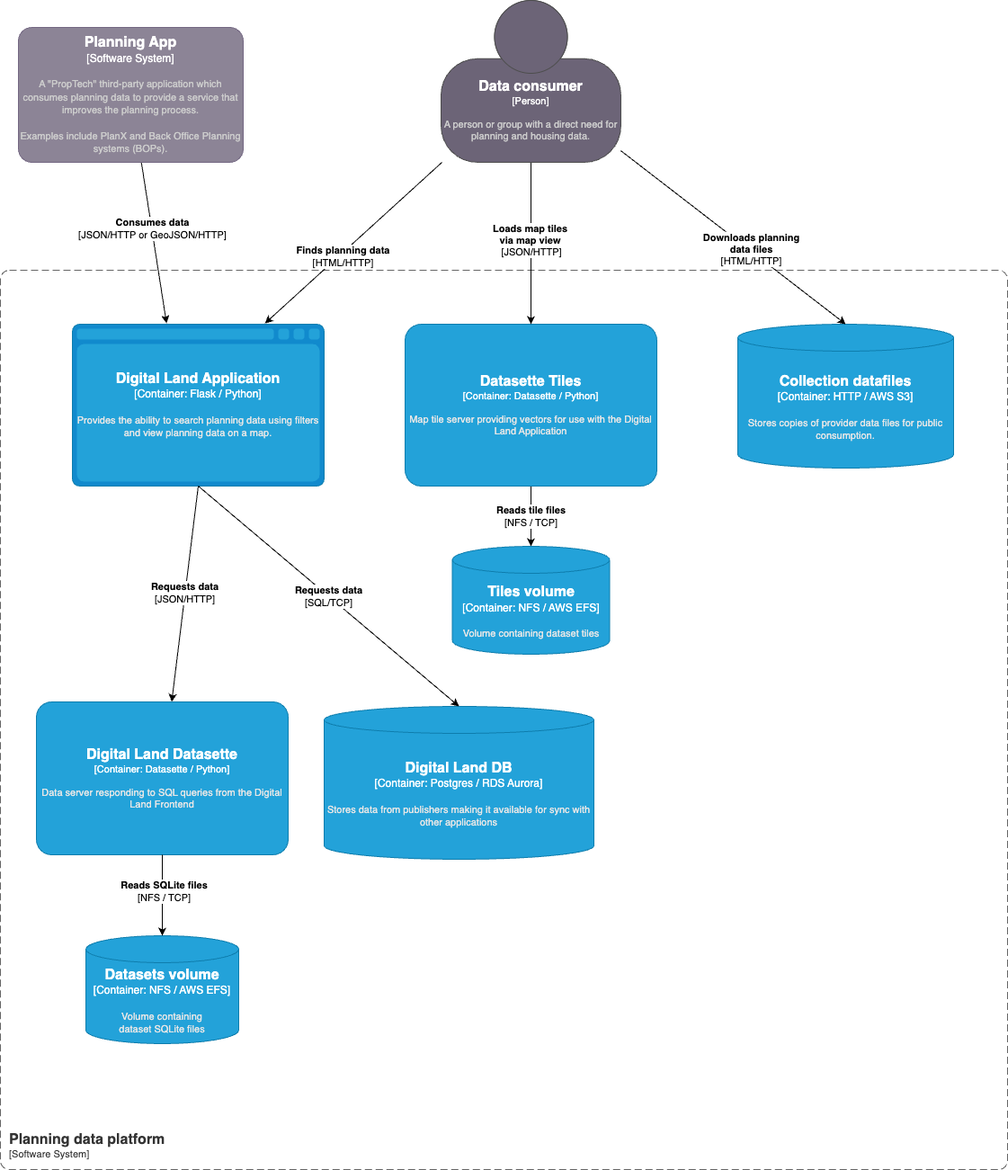
The draw.io diagram images/planning-data-platform/containers.drawio.png in digital-land/technical-documentation, before a commit. Source tidied: cells renumbered, new cells last; positions are measured from the earlier drawing's top-left corner, leaving out a move shared by most shapes.
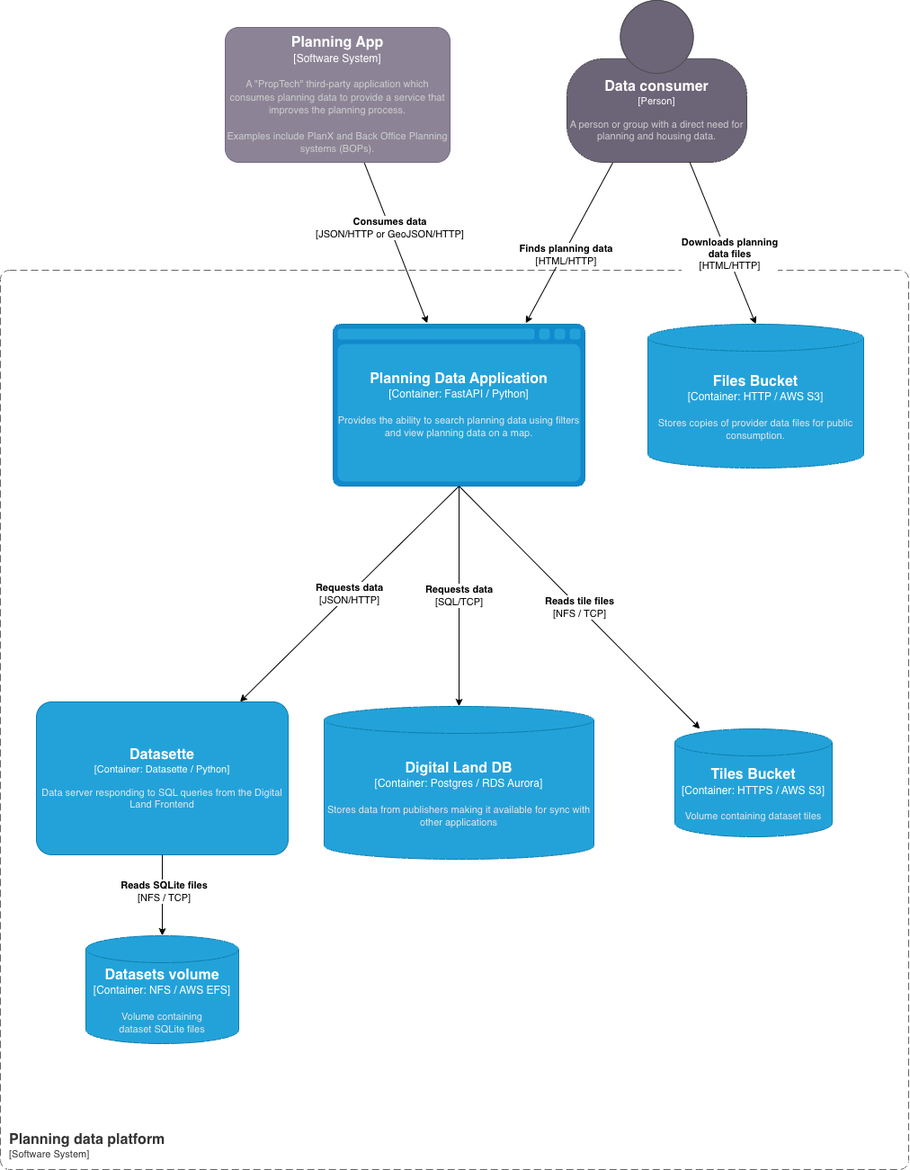
After the commit.

Commit message:
update platform system

Diff of the diagram source:
```diff
@@ -4,29 +4,18 @@
     <mxCell id="1" parent="0" />
     <object id="2" label="&lt;font style=&quot;font-size: 16px&quot;&gt;&lt;b&gt;&lt;div style=&quot;text-align: left&quot;&gt;%c4Name%&lt;/div&gt;&lt;/b&gt;&lt;/font&gt;&lt;div style=&quot;text-align: left&quot;&gt;[%c4Application%]&lt;/div&gt;" c4Application="Software System" c4Name="Planning data platform" c4Type="SystemScopeBoundary" placeholders="1">
       <mxCell style="rounded=1;fontSize=11;whiteSpace=wrap;html=1;dashed=1;arcSize=20;fillColor=none;strokeColor=#666666;fontColor=#333333;labelBackgroundColor=none;align=left;verticalAlign=bottom;labelBorderColor=none;spacingTop=0;spacing=10;dashPattern=8 4;perimeter=rectanglePerimeter;noLabel=0;labelPadding=0;absoluteArcSize=1;" parent="1" vertex="1">
-        <mxGeometry y="300" width="1120" height="1000" as="geometry" />
+        <mxGeometry y="300" width="1010" height="1000" as="geometry" />
       </mxCell>
     </object>
-    <mxCell id="3" value="&lt;b style=&quot;border-color: var(--border-color); color: rgb(0, 0, 0); font-family: Helvetica; font-size: 11px; font-style: normal; font-variant-ligatures: normal; font-variant-caps: normal; letter-spacing: normal; orphans: 2; text-align: center; text-indent: 0px; text-transform: none; widows: 2; word-spacing: 0px; -webkit-text-stroke-width: 0px; text-decoration-thickness: initial; text-decoration-style: initial; text-decoration-color: initial;&quot;&gt;Reads tile files&lt;/b&gt;&lt;br style=&quot;border-color: var(--border-color); color: rgb(0, 0, 0); font-family: Helvetica; font-size: 11px; font-style: normal; font-variant-ligatures: normal; font-variant-caps: normal; font-weight: 400; letter-spacing: normal; orphans: 2; text-align: center; text-indent: 0px; text-transform: none; widows: 2; word-spacing: 0px; -webkit-text-stroke-width: 0px; text-decoration-thickness: initial; text-decoration-style: initial; text-decoration-color: initial;&quot;&gt;&lt;span style=&quot;color: rgb(0, 0, 0); font-family: Helvetica; font-size: 11px; font-style: normal; font-variant-ligatures: normal; font-variant-caps: normal; font-weight: 400; letter-spacing: normal; orphans: 2; text-align: center; text-indent: 0px; text-transform: none; widows: 2; word-spacing: 0px; -webkit-text-stroke-width: 0px; background-color: rgb(255, 255, 255); text-decoration-thickness: initial; text-decoration-style: initial; text-decoration-color: initial; float: none; display: inline !important;&quot;&gt;[NFS / TCP]&lt;/span&gt;" style="rounded=0;jettySize=auto;html=1;" parent="1" edge="1" source="4" target="15">
+    <mxCell id="3" value="&lt;b style=&quot;border-color: var(--border-color); color: rgb(0, 0, 0); font-family: Helvetica; font-size: 11px; font-style: normal; font-variant-ligatures: normal; font-variant-caps: normal; letter-spacing: normal; orphans: 2; text-align: center; text-indent: 0px; text-transform: none; widows: 2; word-spacing: 0px; -webkit-text-stroke-width: 0px; text-decoration-thickness: initial; text-decoration-style: initial; text-decoration-color: initial;&quot;&gt;Reads tile files&lt;/b&gt;&lt;br style=&quot;border-color: var(--border-color); color: rgb(0, 0, 0); font-family: Helvetica; font-size: 11px; font-style: normal; font-variant-ligatures: normal; font-variant-caps: normal; font-weight: 400; letter-spacing: normal; orphans: 2; text-align: center; text-indent: 0px; text-transform: none; widows: 2; word-spacing: 0px; -webkit-text-stroke-width: 0px; text-decoration-thickness: initial; text-decoration-style: initial; text-decoration-color: initial;&quot;&gt;&lt;span style=&quot;color: rgb(0, 0, 0); font-family: Helvetica; font-size: 11px; font-style: normal; font-variant-ligatures: normal; font-variant-caps: normal; font-weight: 400; letter-spacing: normal; orphans: 2; text-align: center; text-indent: 0px; text-transform: none; widows: 2; word-spacing: 0px; -webkit-text-stroke-width: 0px; background-color: rgb(255, 255, 255); text-decoration-thickness: initial; text-decoration-style: initial; text-decoration-color: initial; float: none; display: inline !important;&quot;&gt;[NFS / TCP]&lt;/span&gt;" style="rounded=0;jettySize=auto;html=1;exitX=0.5;exitY=1;exitDx=0;exitDy=0;exitPerimeter=0;" parent="1" edge="1" source="8" target="15">
       <mxGeometry relative="1" as="geometry" />
     </mxCell>
-    <object id="4" label="&lt;font style=&quot;font-size: 16px&quot;&gt;&lt;b&gt;%c4Name%&lt;/b&gt;&lt;/font&gt;&lt;div&gt;[%c4Type%: %c4Technology%]&lt;/div&gt;&lt;br&gt;&lt;div&gt;&lt;font style=&quot;font-size: 11px&quot;&gt;&lt;font color=&quot;#E6E6E6&quot;&gt;%c4Description%&lt;/font&gt;&lt;/div&gt;" c4Description="Map tile server providing vectors for use with the Digital Land Application" c4Name="Datasette Tiles" c4Technology="Datasette / Python" c4Type="Container" placeholders="1">
-      <mxCell style="rounded=1;whiteSpace=wrap;html=1;fontSize=11;labelBackgroundColor=none;fillColor=#23A2D9;fontColor=#ffffff;align=center;arcSize=10;strokeColor=#0E7DAD;points=[[0.25,0,0],[0.5,0,0],[0.75,0,0],[1,0.25,0],[1,0.5,0],[1,0.75,0],[0.75,1,0],[0.5,1,0],[0.25,1,0],[0,0.75,0],[0,0.5,0],[0,0.25,0]];" parent="1" vertex="1">
-        <mxGeometry x="450" y="360" width="280" height="180" as="geometry" />
-      </mxCell>
-    </object>
-    <mxCell id="5" style="rounded=0;jettySize=auto;html=1;" parent="1" edge="1" source="11" target="4">
-      <mxGeometry relative="1" as="geometry" />
-    </mxCell>
-    <mxCell id="6" value="&lt;b&gt;Loads map tiles &lt;br&gt;via map view&lt;/b&gt;&lt;br&gt;&amp;nbsp;[JSON/HTTP]" style="edgeLabel;html=1;align=center;verticalAlign=middle;" parent="5" vertex="1">
-      <mxGeometry x="-0.04" y="-2" relative="1" as="geometry" />
-    </mxCell>
     <mxCell id="7" value="&lt;b&gt;Requests data&lt;/b&gt;&lt;br&gt;[JSON/HTTP]" style="rounded=0;jettySize=auto;html=1;exitX=0.5;exitY=1;exitDx=0;exitDy=0;exitPerimeter=0;" parent="1" edge="1" source="8" target="12">
       <mxGeometry relative="1" as="geometry" />
     </mxCell>
-    <object id="8" label="&lt;font style=&quot;font-size: 16px&quot;&gt;&lt;b&gt;%c4Type%&lt;/b&gt;&lt;/font&gt;&lt;div&gt;[%c4Container%:&amp;nbsp;%c4Technology%]&lt;/div&gt;&lt;br&gt;&lt;div&gt;&lt;font style=&quot;font-size: 11px&quot;&gt;&lt;font color=&quot;#E6E6E6&quot;&gt;%c4Description%&lt;/font&gt;&lt;/div&gt;" c4Container="Container" c4Description="Provides the ability to search planning data using filters and view planning data on a map." c4Technology="Flask / Python" c4Type="Digital Land Application" placeholders="1">
+    <object id="8" label="&lt;font style=&quot;font-size: 16px&quot;&gt;&lt;b&gt;%c4Type%&lt;/b&gt;&lt;/font&gt;&lt;div&gt;[%c4Container%:&amp;nbsp;%c4Technology%]&lt;/div&gt;&lt;br&gt;&lt;div&gt;&lt;font style=&quot;font-size: 11px&quot;&gt;&lt;font color=&quot;#E6E6E6&quot;&gt;%c4Description%&lt;/font&gt;&lt;/div&gt;" c4Container="Container" c4Description="Provides the ability to search planning data using filters and view planning data on a map." c4Technology="FastAPI / Python" c4Type="Planning Data Application" placeholders="1">
       <mxCell style="shape=mxgraph.c4.webBrowserContainer2;whiteSpace=wrap;html=1;boundedLbl=1;rounded=0;labelBackgroundColor=none;strokeColor=#118ACD;fillColor=#23A2D9;strokeColor=#118ACD;strokeColor2=#0E7DAD;fontSize=12;fontColor=#ffffff;align=center;points=[[0.5,0,0],[1,0.25,0],[1,0.5,0],[1,0.75,0],[0.5,1,0],[0,0.75,0],[0,0.5,0],[0,0.25,0]];" parent="1" vertex="1">
-        <mxGeometry x="80" y="360" width="280" height="180" as="geometry" />
+        <mxGeometry x="370" y="360" width="280" height="180" as="geometry" />
       </mxCell>
     </object>
     <mxCell id="9" style="rounded=0;jettySize=auto;html=1;entryX=0.765;entryY=-0.005;entryDx=0;entryDy=0;entryPerimeter=0;" parent="1" edge="1" source="11" target="8">
@@ -37,10 +26,10 @@
     </mxCell>
     <object id="11" label="&lt;font style=&quot;font-size: 16px&quot;&gt;&lt;b&gt;%c4Name%&lt;/b&gt;&lt;/font&gt;&lt;div&gt;[%c4Type%]&lt;/div&gt;&lt;br&gt;&lt;div&gt;&lt;font style=&quot;font-size: 11px&quot;&gt;&lt;font color=&quot;#cccccc&quot;&gt;%c4Description%&lt;/font&gt;&lt;/div&gt;" c4Description="A person or group with a direct need for planning and housing data. " c4Name="Data consumer" c4Type="Person" placeholders="1">
       <mxCell style="html=1;fontSize=11;dashed=0;whiteSpace=wrap;fillColor=#6C6477;strokeColor=#4D4D4D;fontColor=#ffffff;shape=mxgraph.c4.person2;align=center;points=[[0.5,0,0],[1,0.5,0],[1,0.75,0],[0.75,1,0],[0.5,1,0],[0.25,1,0],[0,0.75,0],[0,0.5,0]];" parent="1" vertex="1">
-        <mxGeometry x="490" width="200" height="180" as="geometry" />
+        <mxGeometry x="630" width="200" height="180" as="geometry" />
       </mxCell>
     </object>
-    <object id="12" label="&lt;font style=&quot;font-size: 16px&quot;&gt;&lt;b&gt;%c4Name%&lt;/b&gt;&lt;/font&gt;&lt;div&gt;[%c4Type%: %c4Technology%]&lt;/div&gt;&lt;br&gt;&lt;div&gt;&lt;font style=&quot;font-size: 11px&quot;&gt;&lt;font color=&quot;#E6E6E6&quot;&gt;%c4Description%&lt;/font&gt;&lt;/div&gt;" c4Description="Data server responding to SQL queries from the Digital Land Frontend" c4Name="Digital Land Datasette" c4Technology="Datasette / Python" c4Type="Container" placeholders="1">
+    <object id="12" label="&lt;font style=&quot;font-size: 16px&quot;&gt;&lt;b&gt;%c4Name%&lt;/b&gt;&lt;/font&gt;&lt;div&gt;[%c4Type%: %c4Technology%]&lt;/div&gt;&lt;br&gt;&lt;div&gt;&lt;font style=&quot;font-size: 11px&quot;&gt;&lt;font color=&quot;#E6E6E6&quot;&gt;%c4Description%&lt;/font&gt;&lt;/div&gt;" c4Description="Data server responding to SQL queries from the Digital Land Frontend" c4Name="Datasette" c4Technology="Datasette / Python" c4Type="Container" placeholders="1">
       <mxCell style="rounded=1;whiteSpace=wrap;html=1;fontSize=11;labelBackgroundColor=none;fillColor=#23A2D9;fontColor=#ffffff;align=center;arcSize=10;strokeColor=#0E7DAD;points=[[0.25,0,0],[0.5,0,0],[0.75,0,0],[1,0.25,0],[1,0.5,0],[1,0.75,0],[0.75,1,0],[0.5,1,0],[0.25,1,0],[0,0.75,0],[0,0.5,0],[0,0.25,0]];" parent="1" vertex="1">
         <mxGeometry x="40" y="780" width="280" height="170" as="geometry" />
       </mxCell>
@@ -55,9 +44,9 @@
         <mxGeometry x="95" y="1040" width="170" height="120" as="geometry" />
       </mxCell>
     </object>
-    <object id="15" label="&lt;font style=&quot;font-size: 16px&quot;&gt;&lt;b&gt;%c4Type%&lt;/b&gt;&lt;/font&gt;&lt;div&gt;[%c4Container%:&amp;nbsp;%c4Technology%]&lt;/div&gt;&lt;br&gt;&lt;div&gt;&lt;font style=&quot;font-size: 11px&quot;&gt;&lt;font color=&quot;#E6E6E6&quot;&gt;%c4Description%&lt;/font&gt;&lt;/div&gt;" c4Container="Container" c4Description="Volume containing dataset tiles" c4Technology="NFS / AWS EFS" c4Type="Tiles volume" placeholders="1">
+    <object id="15" label="&lt;font style=&quot;font-size: 16px&quot;&gt;&lt;b&gt;%c4Type%&lt;/b&gt;&lt;/font&gt;&lt;div&gt;[%c4Container%:&amp;nbsp;%c4Technology%]&lt;/div&gt;&lt;br&gt;&lt;div&gt;&lt;font style=&quot;font-size: 11px&quot;&gt;&lt;font color=&quot;#E6E6E6&quot;&gt;%c4Description%&lt;/font&gt;&lt;/div&gt;" c4Container="Container" c4Description="Volume containing dataset tiles" c4Technology="HTTPS / AWS S3" c4Type="Tiles Bucket" placeholders="1">
       <mxCell style="shape=cylinder3;size=15;whiteSpace=wrap;html=1;boundedLbl=1;rounded=0;labelBackgroundColor=none;fillColor=#23A2D9;fontSize=12;fontColor=#ffffff;align=center;strokeColor=#0E7DAD;points=[[0.5,0,0],[1,0.25,0],[1,0.5,0],[1,0.75,0],[0.5,1,0],[0,0.75,0],[0,0.5,0],[0,0.25,0]];" parent="1" vertex="1">
-        <mxGeometry x="502.5" y="607" width="175" height="120" as="geometry" />
+        <mxGeometry x="750" y="810" width="175" height="120" as="geometry" />
       </mxCell>
     </object>
     <mxCell id="16" style="edgeStyle=orthogonalEdgeStyle;rounded=0;jettySize=auto;html=1;" parent="1" edge="1" source="12" target="14">
@@ -66,9 +55,9 @@
     <mxCell id="17" value="&lt;b&gt;Reads SQLite files&lt;/b&gt;&lt;br&gt;[NFS / TCP]" style="edgeLabel;html=1;align=center;verticalAlign=middle;" parent="16" vertex="1">
       <mxGeometry x="-0.11" y="1" relative="1" as="geometry" />
     </mxCell>
-    <object id="18" label="&lt;font style=&quot;font-size: 16px&quot;&gt;&lt;b&gt;%c4Type%&lt;/b&gt;&lt;/font&gt;&lt;div&gt;[%c4Container%:&amp;nbsp;%c4Technology%]&lt;/div&gt;&lt;br&gt;&lt;div&gt;&lt;font style=&quot;font-size: 11px&quot;&gt;&lt;font color=&quot;#E6E6E6&quot;&gt;%c4Description%&lt;/font&gt;&lt;/div&gt;" c4Container="Container" c4Description="Stores copies of provider data files for public consumption." c4Technology="HTTP / AWS S3" c4Type="Collection datafiles" placeholders="1">
+    <object id="18" label="&lt;font style=&quot;font-size: 16px&quot;&gt;&lt;b&gt;%c4Type%&lt;/b&gt;&lt;/font&gt;&lt;div&gt;[%c4Container%:&amp;nbsp;%c4Technology%]&lt;/div&gt;&lt;br&gt;&lt;div&gt;&lt;font style=&quot;font-size: 11px&quot;&gt;&lt;font color=&quot;#E6E6E6&quot;&gt;%c4Description%&lt;/font&gt;&lt;/div&gt;" c4Container="Container" c4Description="Stores copies of provider data files for public consumption." c4Technology="HTTP / AWS S3" c4Type="Files Bucket" placeholders="1">
       <mxCell style="shape=cylinder3;size=15;whiteSpace=wrap;html=1;boundedLbl=1;rounded=0;labelBackgroundColor=none;fillColor=#23A2D9;fontSize=12;fontColor=#ffffff;align=center;strokeColor=#0E7DAD;points=[[0.5,0,0],[1,0.25,0],[1,0.5,0],[1,0.75,0],[0.5,1,0],[0,0.75,0],[0,0.5,0],[0,0.25,0]];" parent="1" vertex="1">
-        <mxGeometry x="820" y="360" width="240" height="160" as="geometry" />
+        <mxGeometry x="720" y="360" width="240" height="160" as="geometry" />
       </mxCell>
     </object>
     <mxCell id="19" style="rounded=0;jettySize=auto;html=1;entryX=0.5;entryY=0;entryDx=0;entryDy=0;entryPerimeter=0;" parent="1" edge="1" source="11" target="18">
@@ -88,7 +77,7 @@
     </mxCell>
     <object id="24" label="&lt;font style=&quot;font-size: 16px&quot;&gt;&lt;b&gt;%c4Name%&lt;/b&gt;&lt;/font&gt;&lt;div&gt;[%c4Type%]&lt;/div&gt;&lt;br&gt;&lt;div&gt;&lt;font style=&quot;font-size: 11px&quot;&gt;&lt;font color=&quot;#cccccc&quot;&gt;%c4Description%&lt;/font&gt;&lt;/div&gt;" c4Description="A &quot;PropTech&quot; third-party application which consumes planning data to provide a service  that improves the planning process.&#10;&#10;Examples include PlanX and Back Office Planning systems (BOPs)." c4Name="Planning App" c4Type="Software System" placeholders="1">
       <mxCell style="rounded=1;whiteSpace=wrap;html=1;labelBackgroundColor=none;fillColor=#8C8496;fontColor=#ffffff;align=center;arcSize=10;strokeColor=#736782;points=[[0.25,0,0],[0.5,0,0],[0.75,0,0],[1,0.25,0],[1,0.5,0],[1,0.75,0],[0.75,1,0],[0.5,1,0],[0.25,1,0],[0,0.75,0],[0,0.5,0],[0,0.25,0]];" parent="1" vertex="1">
-        <mxGeometry x="20" y="30" width="250" height="150" as="geometry" />
+        <mxGeometry x="250" y="30" width="250" height="150" as="geometry" />
       </mxCell>
     </object>
   </root>
```
